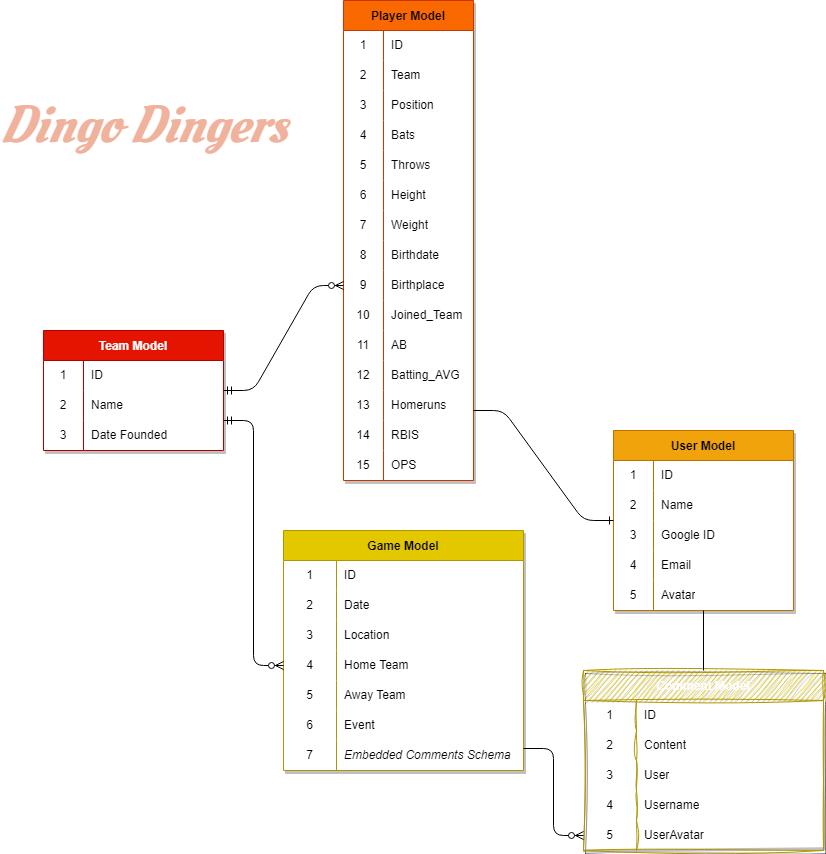
This is public/erd.png from amandaputney/project-2, a draw.io export, as it was before one commit. Source tidied: cells renumbered, new cells last; positions are measured from the earlier drawing's top-left corner, leaving out a move shared by most shapes.
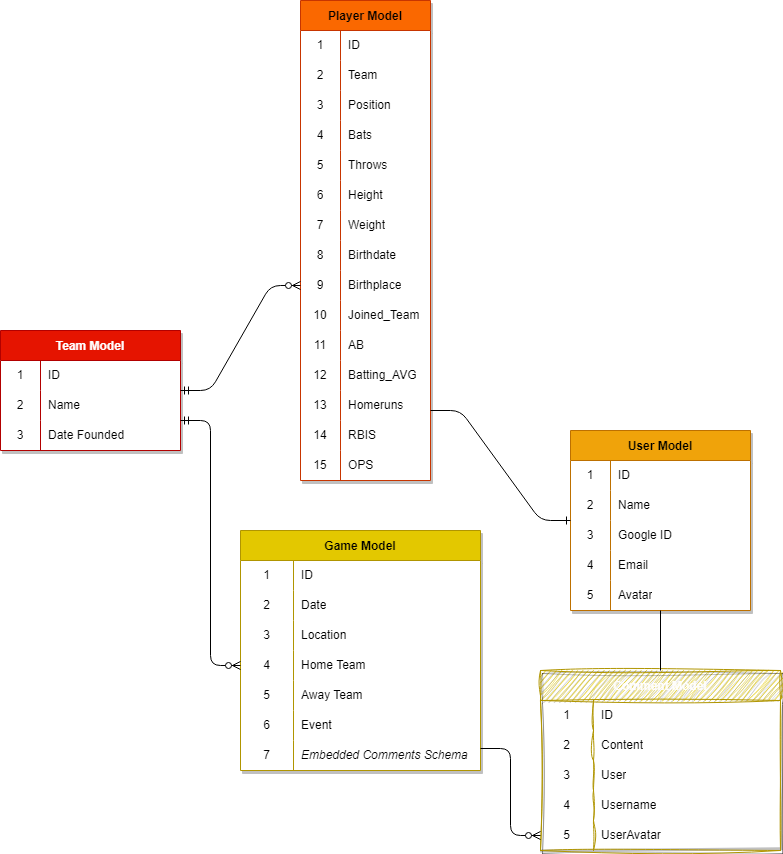
After the commit.

Change to the diagram source:
```diff
@@ -284,9 +284,6 @@
     <mxCell id="95" value="Avatar" style="shape=partialRectangle;html=1;whiteSpace=wrap;fillColor=none;top=0;left=0;bottom=0;right=0;align=left;spacingLeft=6;overflow=hidden;labelBackgroundColor=none;" parent="93" vertex="1">
       <mxGeometry x="40" width="140" height="30" as="geometry" />
     </mxCell>
-    <mxCell id="96" value="&lt;font style=&quot;font-size: 52px;&quot;&gt;&lt;font color=&quot;#f0b29c&quot; style=&quot;font-size: 52px; font-weight: normal;&quot; face=&quot;Oleo Script&quot;&gt;&lt;i style=&quot;font-size: 52px;&quot;&gt;Dingo Dingers&lt;/i&gt;&lt;/font&gt;&lt;br style=&quot;font-size: 52px;&quot;&gt;&lt;/font&gt;" style="text;strokeColor=none;fillColor=none;html=1;fontSize=52;fontStyle=1;verticalAlign=middle;align=center;labelBackgroundColor=none;" parent="1" vertex="1">
-      <mxGeometry y="90" width="260" height="70" as="geometry" />
-    </mxCell>
     <mxCell id="97" style="edgeStyle=entityRelationEdgeStyle;fontSize=12;html=1;endArrow=ERzeroToMany;startArrow=ERmandOne;fontFamily=Oleo Script;fontSource=https%3A%2F%2Ffonts.googleapis.com%2Fcss%3Ffamily%3DOleo%2BScript;entryX=0;entryY=0.5;entryDx=0;entryDy=0;" parent="1" edge="1" target="37">
       <mxGeometry relative="1" as="geometry">
         <mxPoint x="210" y="390" as="sourcePoint" />
```
